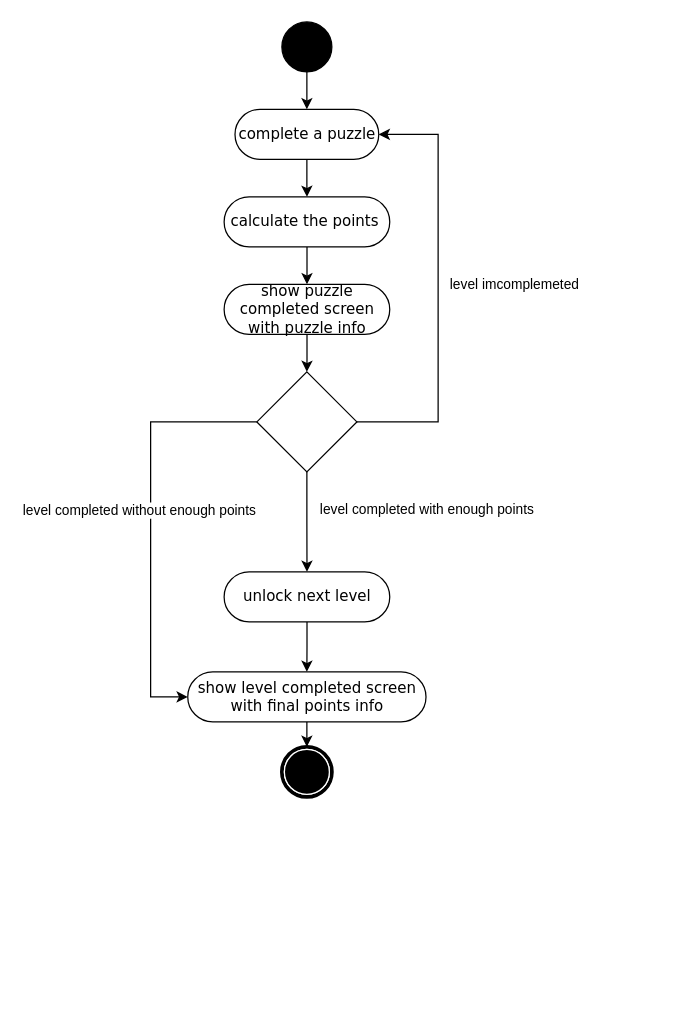
Above: play process.drawio in maxinimize/uml (draw.io), before the change. Source tidied: cells renumbered, new cells numbered last; positions are measured from the earlier drawing's top-left corner, leaving out a move shared by most shapes. Both pictures are drawn from the tidied source at 125%, with x=0, y=0 at pixel (150, 21).
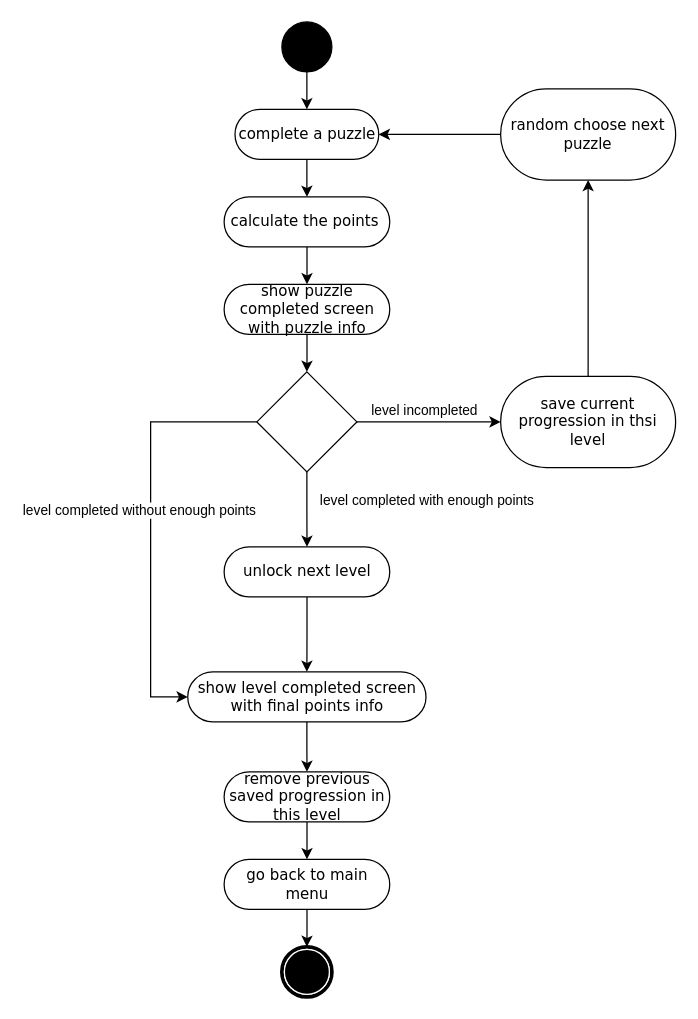
Above is the later version.

Unchanged cells that the change refers to:
```xml
<mxCell id="8" value="complete a puzzle" style="rounded=1;whiteSpace=wrap;html=1;shadow=0;comic=0;labelBackgroundColor=none;strokeWidth=1;fontFamily=Verdana;fontSize=12;align=center;arcSize=50;" parent="1" vertex="1">
  <mxGeometry x="67.5" y="70" width="115" height="40" as="geometry" />
</mxCell>
<mxCell id="17" style="rhombus;whiteSpace=wrap;html=1;" parent="1" vertex="1">
  <mxGeometry x="85" y="280" width="80" height="80" as="geometry" />
</mxCell>
<mxCell id="19" value="show level completed screen with final points info" style="rounded=1;whiteSpace=wrap;html=1;shadow=0;comic=0;labelBackgroundColor=none;strokeWidth=1;fontFamily=Verdana;fontSize=12;align=center;arcSize=50;" parent="1" vertex="1">
  <mxGeometry x="29.7" y="520" width="190.6" height="40" as="geometry" />
</mxCell>
```

The edit, as a diff of the source:
```diff
@@
     <mxCell id="6" style="shape=mxgraph.bpmn.shape;html=1;verticalLabelPosition=bottom;labelBackgroundColor=#ffffff;verticalAlign=top;perimeter=ellipsePerimeter;outline=end;symbol=terminate;rounded=0;shadow=0;comic=0;strokeWidth=1;fontFamily=Verdana;fontSize=12;align=center;" parent="1" vertex="1">
-      <mxGeometry x="105" y="580" width="40" height="40" as="geometry" />
+      <mxGeometry x="105" y="740" width="40" height="40" as="geometry" />
     </mxCell>
@@
-    <mxCell id="11" style="edgeStyle=orthogonalEdgeStyle;rounded=0;jettySize=auto;html=1;entryX=1;entryY=0.5;entryDx=0;entryDy=0;" parent="1" edge="1" source="17" target="8">
-      <mxGeometry relative="1" as="geometry">
-        <Array as="points">
-          <mxPoint x="230" y="320" />
-          <mxPoint x="230" y="90" />
-        </Array>
-      </mxGeometry>
-    </mxCell>
-    <mxCell id="12" value="level imcomplemeted" style="edgeLabel;html=1;align=center;verticalAlign=middle;" parent="11" vertex="1">
-      <mxGeometry x="0.22" y="3" relative="1" as="geometry">
-        <mxPoint x="63" y="33" as="offset" />
-      </mxGeometry>
-    </mxCell>
@@
+    <mxCell id="22" style="edgeStyle=orthogonalEdgeStyle;rounded=0;jettySize=auto;html=1;" parent="1" edge="1" source="17" target="26">
+      <mxGeometry relative="1" as="geometry" />
+    </mxCell>
+    <mxCell id="23" value="level incompleted" style="edgeLabel;html=1;align=center;verticalAlign=middle;" parent="22" vertex="1">
+      <mxGeometry x="-0.07" y="1" relative="1" as="geometry">
+        <mxPoint y="-9" as="offset" />
+      </mxGeometry>
+    </mxCell>
@@
-    <mxCell id="18" style="edgeStyle=orthogonalEdgeStyle;rounded=0;jettySize=auto;html=1;" parent="1" edge="1" source="19" target="6">
-      <mxGeometry relative="1" as="geometry" />
-    </mxCell>
+    <mxCell id="24" style="edgeStyle=orthogonalEdgeStyle;rounded=0;jettySize=auto;html=1;" parent="1" edge="1" source="19" target="30">
+      <mxGeometry relative="1" as="geometry" />
+    </mxCell>
@@
     <mxCell id="21" value="unlock next level" style="rounded=1;whiteSpace=wrap;html=1;shadow=0;comic=0;labelBackgroundColor=none;strokeWidth=1;fontFamily=Verdana;fontSize=12;align=center;arcSize=50;" parent="1" vertex="1">
-      <mxGeometry x="58.8" y="440" width="132.5" height="40" as="geometry" />
+      <mxGeometry x="58.8" y="420" width="132.5" height="40" as="geometry" />
     </mxCell>
+    <mxCell id="25" style="edgeStyle=orthogonalEdgeStyle;rounded=0;jettySize=auto;html=1;" parent="1" edge="1" source="26" target="28">
+      <mxGeometry relative="1" as="geometry" />
+    </mxCell>
+    <mxCell id="26" value="save current progression in thsi level" style="rounded=1;whiteSpace=wrap;html=1;shadow=0;comic=0;labelBackgroundColor=none;strokeWidth=1;fontFamily=Verdana;fontSize=12;align=center;arcSize=50;" parent="1" vertex="1">
+      <mxGeometry x="280" y="283.5" width="140" height="73" as="geometry" />
+    </mxCell>
+    <mxCell id="27" style="edgeStyle=orthogonalEdgeStyle;rounded=0;jettySize=auto;html=1;" parent="1" edge="1" source="28" target="8">
+      <mxGeometry relative="1" as="geometry" />
+    </mxCell>
+    <mxCell id="28" value="random choose next puzzle" style="rounded=1;whiteSpace=wrap;html=1;shadow=0;comic=0;labelBackgroundColor=none;strokeWidth=1;fontFamily=Verdana;fontSize=12;align=center;arcSize=50;" parent="1" vertex="1">
+      <mxGeometry x="280" y="53.5" width="140" height="73" as="geometry" />
+    </mxCell>
+    <mxCell id="29" style="edgeStyle=orthogonalEdgeStyle;rounded=0;jettySize=auto;html=1;" parent="1" edge="1" source="30" target="32">
+      <mxGeometry relative="1" as="geometry" />
+    </mxCell>
+    <mxCell id="30" value="remove previous saved progression in this level" style="rounded=1;whiteSpace=wrap;html=1;shadow=0;comic=0;labelBackgroundColor=none;strokeWidth=1;fontFamily=Verdana;fontSize=12;align=center;arcSize=50;" parent="1" vertex="1">
+      <mxGeometry x="58.8" y="600" width="132.5" height="40" as="geometry" />
+    </mxCell>
+    <mxCell id="31" style="edgeStyle=orthogonalEdgeStyle;rounded=0;jettySize=auto;html=1;" parent="1" edge="1" source="32" target="6">
+      <mxGeometry relative="1" as="geometry" />
+    </mxCell>
+    <mxCell id="32" value="go back to main menu" style="rounded=1;whiteSpace=wrap;html=1;shadow=0;comic=0;labelBackgroundColor=none;strokeWidth=1;fontFamily=Verdana;fontSize=12;align=center;arcSize=50;" parent="1" vertex="1">
+      <mxGeometry x="58.8" y="670" width="132.5" height="40" as="geometry" />
+    </mxCell>
```
